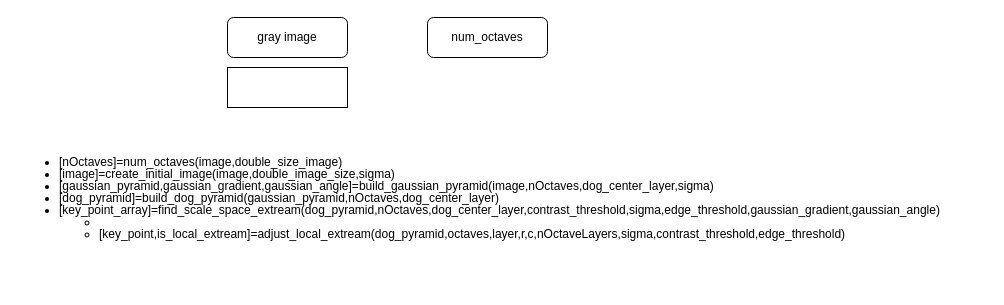
Before: sift_orign.drawio in stidyhard/draw, a draw.io diagram. Source tidied: cells renumbered, new cells numbered last; positions are measured from the earlier drawing's top-left corner, leaving out a move shared by most shapes. Both pictures are drawn from the tidied source at 100%, with x=0, y=0 at pixel (17, 17).
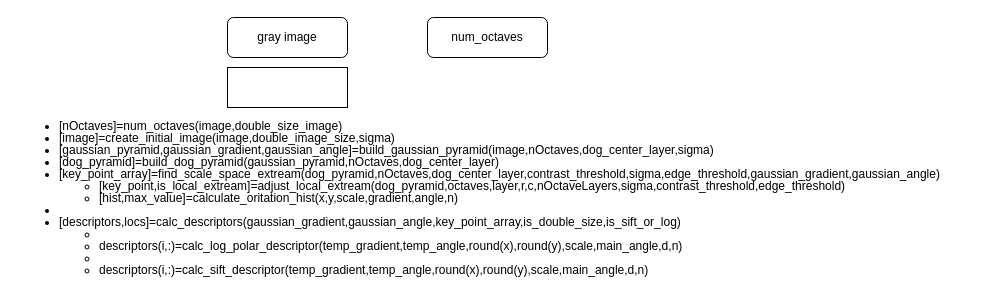
After the change.

The edit, as a diff of the source:
```diff
@@
 <mxGraphModel>
   <root>
     <mxCell id="0" />
     <mxCell id="1" parent="0" />
     <mxCell id="2" value="gray image" style="rounded=1;whiteSpace=wrap;html=1;" parent="1" vertex="1">
       <mxGeometry x="210" width="120" height="40" as="geometry" />
     </mxCell>
     <mxCell id="3" value="num_octaves" style="rounded=1;whiteSpace=wrap;html=1;" parent="1" vertex="1">
       <mxGeometry x="410" width="120" height="40" as="geometry" />
     </mxCell>
     <mxCell id="4" style="rounded=0;whiteSpace=wrap;html=1;" parent="1" vertex="1">
       <mxGeometry x="210" y="50" width="120" height="40" as="geometry" />
     </mxCell>
-    <mxCell id="5" value="&lt;ul style=&quot;line-height: 100%;&quot;&gt;&lt;li&gt;[nOctaves]=num_octaves(image,double_size_image)&lt;/li&gt;&lt;li&gt;[image]=create_initial_image(image,double_image_size,sigma)&lt;/li&gt;&lt;li&gt;[gaussian_pyramid,gaussian_gradient,gaussian_angle]=build_gaussian_pyramid(image,nOctaves,dog_center_layer,sigma)&lt;/li&gt;&lt;li&gt;[dog_pyramid]=build_dog_pyramid(gaussian_pyramid,nOctaves,dog_center_layer)&lt;/li&gt;&lt;li&gt;[key_point_array]=find_scale_space_extream(dog_pyramid,nOctaves,dog_center_layer,contrast_threshold,sigma,edge_threshold,gaussian_gradient,gaussian_angle)&lt;/li&gt;&lt;ul&gt;&lt;li&gt;&lt;/li&gt;&lt;li&gt;[key_point,is_local_extream]=adjust_local_extream(dog_pyramid,octaves,layer,r,c,nOctaveLayers,sigma,contrast_threshold,edge_threshold)&lt;/li&gt;&lt;/ul&gt;&lt;/ul&gt;" style="text;html=1;align=left;verticalAlign=middle;whiteSpace=wrap;rounded=0;" parent="1" vertex="1">
+    <mxCell id="5" value="&lt;ul style=&quot;line-height: 100%;&quot;&gt;&lt;li&gt;[nOctaves]=num_octaves(image,double_size_image)&lt;/li&gt;&lt;li&gt;[image]=create_initial_image(image,double_image_size,sigma)&lt;/li&gt;&lt;li&gt;[gaussian_pyramid,gaussian_gradient,gaussian_angle]=build_gaussian_pyramid(image,nOctaves,dog_center_layer,sigma)&lt;/li&gt;&lt;li&gt;[dog_pyramid]=build_dog_pyramid(gaussian_pyramid,nOctaves,dog_center_layer)&lt;/li&gt;&lt;li&gt;[key_point_array]=find_scale_space_extream(dog_pyramid,nOctaves,dog_center_layer,contrast_threshold,sigma,edge_threshold,gaussian_gradient,gaussian_angle)&lt;/li&gt;&lt;ul&gt;&lt;li&gt;[key_point,is_local_extream]=adjust_local_extream(dog_pyramid,octaves,layer,r,c,nOctaveLayers,sigma,contrast_threshold,edge_threshold)&lt;/li&gt;&lt;li&gt;[hist,max_value]=calculate_oritation_hist(x,y,scale,gradient,angle,n)&lt;br&gt;&lt;/li&gt;&lt;/ul&gt;&lt;li&gt;&lt;/li&gt;&lt;li&gt;[descriptors,locs]=calc_descriptors(gaussian_gradient,gaussian_angle,key_point_array,is_double_size,is_sift_or_log)&lt;/li&gt;&lt;ul&gt;&lt;li&gt;&lt;/li&gt;&lt;li&gt;descriptors(i,:)=calc_log_polar_descriptor(temp_gradient,temp_angle,round(x),round(y),scale,main_angle,d,n)&lt;/li&gt;&lt;li&gt;&lt;/li&gt;&lt;li&gt;descriptors(i,:)=calc_sift_descriptor(temp_gradient,temp_angle,round(x),round(y),scale,main_angle,d,n)&lt;/li&gt;&lt;/ul&gt;&lt;/ul&gt;" style="text;html=1;align=left;verticalAlign=middle;whiteSpace=wrap;rounded=0;" parent="1" vertex="1">
       <mxGeometry y="140" width="970" height="80" as="geometry" />
     </mxCell>
   </root>
 </mxGraphModel>
```
